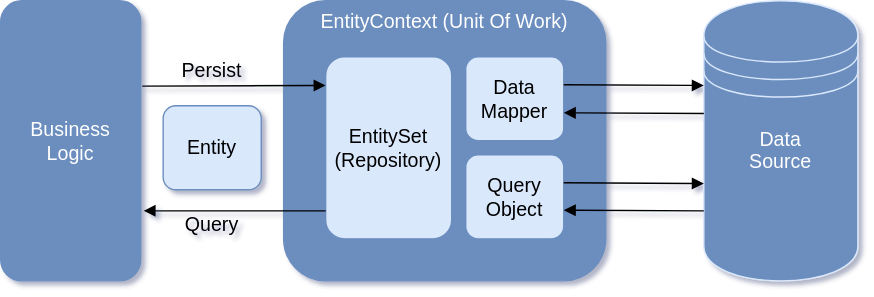
The draw.io diagram src/assets/images/orm.svg in DevNet-Framework/devnet-framework.github.io, before a commit. Source tidied: cells renumbered, new cells last; positions are measured from the earlier drawing's top-left corner, leaving out a move shared by most shapes. Its diagram source:
```xml
<mxGraphModel shadow="1">
  <root>
    <mxCell id="0" />
    <mxCell id="1" parent="0" />
    <mxCell id="2" value="&lt;font color=&quot;#ffffff&quot; style=&quot;font-size: 14px&quot;&gt;Data&lt;br&gt;Source&lt;br&gt;&lt;br&gt;&lt;br&gt;&lt;br&gt;&lt;/font&gt;" style="shape=datastore;whiteSpace=wrap;html=1;fillColor=#6C8EBF;strokeColor=#DAE8FC;verticalAlign=middle;" parent="1" vertex="1">
      <mxGeometry x="502" width="110" height="200" as="geometry" />
    </mxCell>
    <mxCell id="3" value="Business&lt;br style=&quot;font-size: 14px;&quot;&gt;Logic" style="shape=ext;rounded=1;html=1;whiteSpace=wrap;strokeColor=#6C8EBF;fillColor=#6C8EBF;fontColor=#FFFFFF;fontSize=14;" parent="1" vertex="1">
      <mxGeometry width="100" height="200" as="geometry" />
    </mxCell>
    <mxCell id="4" value="EntityContext (Unit Of Work)" style="shape=ext;rounded=1;html=1;whiteSpace=wrap;strokeColor=#6C8EBF;verticalAlign=top;fillColor=#6C8EBF;fontColor=#FFFFFF;fontSize=14;" parent="1" vertex="1">
      <mxGeometry x="202" width="230" height="200" as="geometry" />
    </mxCell>
    <mxCell id="5" value="Data Mapper" style="shape=ext;rounded=1;html=1;whiteSpace=wrap;gradientColor=none;fillColor=#DAE8FC;strokeColor=#6C8EBF;fontSize=14;" parent="1" vertex="1">
      <mxGeometry x="332" y="40" width="70" height="60" as="geometry" />
    </mxCell>
    <mxCell id="6" value="Query Object" style="shape=ext;rounded=1;html=1;whiteSpace=wrap;gradientColor=none;fillColor=#DAE8FC;strokeColor=#6C8EBF;fontSize=14;" parent="1" vertex="1">
      <mxGeometry x="332" y="110" width="70" height="60" as="geometry" />
    </mxCell>
    <mxCell id="7" value="&lt;font style=&quot;font-size: 14px&quot;&gt;EntitySet&lt;br&gt;(Repository)&lt;/font&gt;" style="shape=ext;rounded=1;html=1;whiteSpace=wrap;strokeColor=#6C8EBF;fillColor=#DAE8FC;" parent="1" vertex="1">
      <mxGeometry x="232" y="40" width="90" height="130" as="geometry" />
    </mxCell>
    <mxCell id="8" style="endArrow=block;endFill=1;endSize=6;html=1;fontColor=#000000;" parent="1" edge="1">
      <mxGeometry relative="1" as="geometry">
        <mxPoint x="402" y="60" as="sourcePoint" />
        <mxPoint x="502" y="60.5" as="targetPoint" />
      </mxGeometry>
    </mxCell>
    <mxCell id="9" style="endArrow=block;endFill=1;endSize=6;html=1;fontColor=#000000;" parent="1" edge="1">
      <mxGeometry relative="1" as="geometry">
        <mxPoint x="232" y="150" as="sourcePoint" />
        <mxPoint x="102" y="150" as="targetPoint" />
      </mxGeometry>
    </mxCell>
    <mxCell id="10" style="endArrow=block;endFill=1;endSize=6;html=1;fontColor=#000000;exitX=0;exitY=0.7;exitDx=0;exitDy=0;" parent="1" edge="1">
      <mxGeometry relative="1" as="geometry">
        <mxPoint x="502" y="150" as="sourcePoint" />
        <mxPoint x="402" y="149.5" as="targetPoint" />
      </mxGeometry>
    </mxCell>
    <mxCell id="11" value="Persist" style="text;html=1;strokeColor=none;fillColor=none;align=center;verticalAlign=middle;whiteSpace=wrap;rounded=0;fontSize=14;fontColor=#000000;" parent="1" vertex="1">
      <mxGeometry x="131" y="40" width="40" height="20" as="geometry" />
    </mxCell>
    <mxCell id="12" value="Query" style="text;html=1;strokeColor=none;fillColor=none;align=center;verticalAlign=middle;whiteSpace=wrap;rounded=0;fontSize=14;fontColor=#000000;" parent="1" vertex="1">
      <mxGeometry x="131" y="150" width="40" height="20" as="geometry" />
    </mxCell>
    <mxCell id="13" style="endArrow=block;endFill=1;endSize=6;html=1;fontColor=#000000;" parent="1" edge="1">
      <mxGeometry relative="1" as="geometry">
        <mxPoint x="101" y="61" as="sourcePoint" />
        <mxPoint x="232" y="60.5" as="targetPoint" />
      </mxGeometry>
    </mxCell>
    <mxCell id="14" style="endArrow=block;endFill=1;endSize=6;html=1;fontColor=#000000;exitX=0;exitY=0.7;exitDx=0;exitDy=0;" parent="1" edge="1">
      <mxGeometry relative="1" as="geometry">
        <mxPoint x="502" y="80.5" as="sourcePoint" />
        <mxPoint x="402" y="80" as="targetPoint" />
      </mxGeometry>
    </mxCell>
    <mxCell id="15" style="endArrow=block;endFill=1;endSize=6;html=1;fontColor=#000000;" parent="1" edge="1">
      <mxGeometry relative="1" as="geometry">
        <mxPoint x="402" y="130" as="sourcePoint" />
        <mxPoint x="502" y="130.5" as="targetPoint" />
      </mxGeometry>
    </mxCell>
    <mxCell id="16" value="Entity" style="shape=ext;rounded=1;html=1;whiteSpace=wrap;gradientColor=none;fillColor=#DAE8FC;strokeColor=#6C8EBF;fontSize=14;" parent="1" vertex="1">
      <mxGeometry x="116" y="75" width="70" height="60" as="geometry" />
    </mxCell>
  </root>
</mxGraphModel>
```
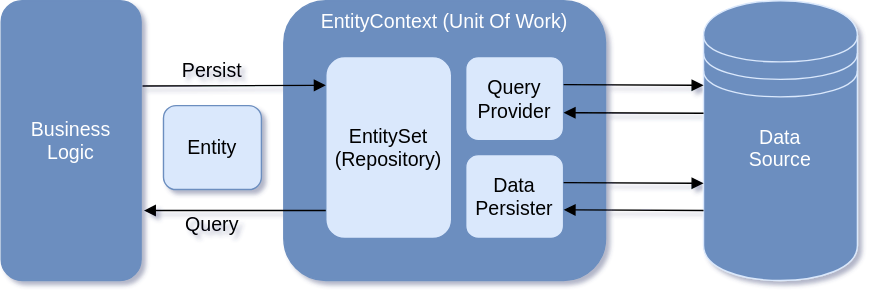
Above is the later version.

What changed in the source:
```diff
@@ -11,10 +11,10 @@
     <mxCell id="4" value="EntityContext (Unit Of Work)" style="shape=ext;rounded=1;html=1;whiteSpace=wrap;strokeColor=#6C8EBF;verticalAlign=top;fillColor=#6C8EBF;fontColor=#FFFFFF;fontSize=14;" parent="1" vertex="1">
       <mxGeometry x="202" width="230" height="200" as="geometry" />
     </mxCell>
-    <mxCell id="5" value="Data Mapper" style="shape=ext;rounded=1;html=1;whiteSpace=wrap;gradientColor=none;fillColor=#DAE8FC;strokeColor=#6C8EBF;fontSize=14;" parent="1" vertex="1">
+    <mxCell id="5" value="Query Provider" style="shape=ext;rounded=1;html=1;whiteSpace=wrap;gradientColor=none;fillColor=#DAE8FC;strokeColor=#6C8EBF;fontSize=14;" parent="1" vertex="1">
       <mxGeometry x="332" y="40" width="70" height="60" as="geometry" />
     </mxCell>
-    <mxCell id="6" value="Query Object" style="shape=ext;rounded=1;html=1;whiteSpace=wrap;gradientColor=none;fillColor=#DAE8FC;strokeColor=#6C8EBF;fontSize=14;" parent="1" vertex="1">
+    <mxCell id="6" value="&lt;div&gt;Data Persister&lt;br&gt;&lt;/div&gt;" style="shape=ext;rounded=1;html=1;whiteSpace=wrap;gradientColor=none;fillColor=#DAE8FC;strokeColor=#6C8EBF;fontSize=14;" parent="1" vertex="1">
       <mxGeometry x="332" y="110" width="70" height="60" as="geometry" />
     </mxCell>
     <mxCell id="7" value="&lt;font style=&quot;font-size: 14px&quot;&gt;EntitySet&lt;br&gt;(Repository)&lt;/font&gt;" style="shape=ext;rounded=1;html=1;whiteSpace=wrap;strokeColor=#6C8EBF;fillColor=#DAE8FC;" parent="1" vertex="1">
```
